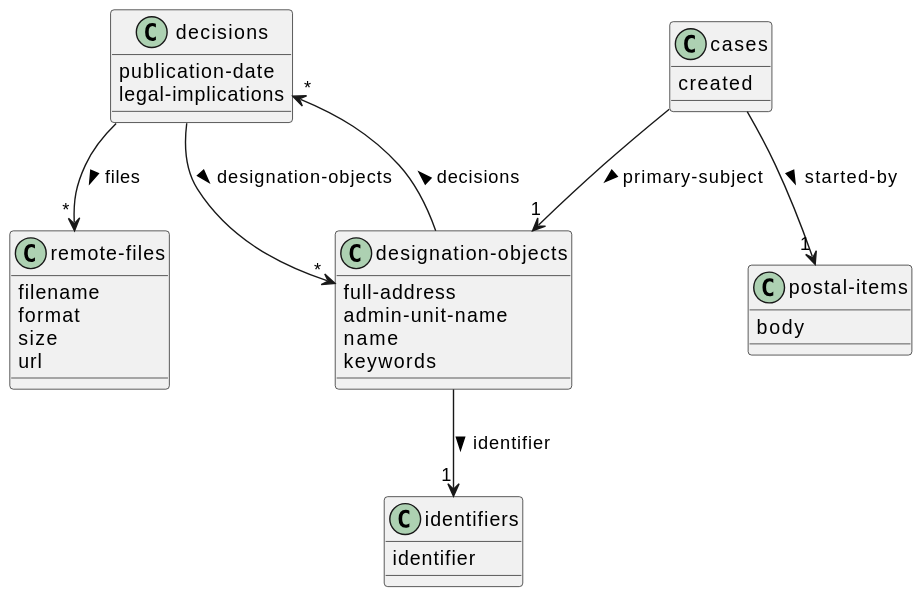
Before: doc/jsonapi-domain.svg, a diagram exported from PlantUML (lblod/app-ai-hackathon-group-3). Source of this version:
```plantuml
@startuml
set namespaceSeparator none
class "remote-files"
"remote-files" : filename
"remote-files" : format
"remote-files" : size
"remote-files" : url
class "identifiers"
"identifiers" : identifier
class "postal-items"
"postal-items" : body
class "decisions"
"decisions" : publication-date
"decisions" : legal-implications
"decisions" --> "*" "designation-objects" : designation-objects >
"decisions" --> "*" "remote-files" : files >
class "cases"
"cases" : created
"cases" --> "1" "postal-items" : started-by >
"cases" --> "1" "designation-objects" : primary-subject >
class "designation-objects"
"designation-objects" : full-address
"designation-objects" : admin-unit-name
"designation-objects" : name
"designation-objects" : keywords
"designation-objects" --> "1" "identifiers" : identifier >
"designation-objects" --> "*" "decisions" : decisions >
@enduml
```
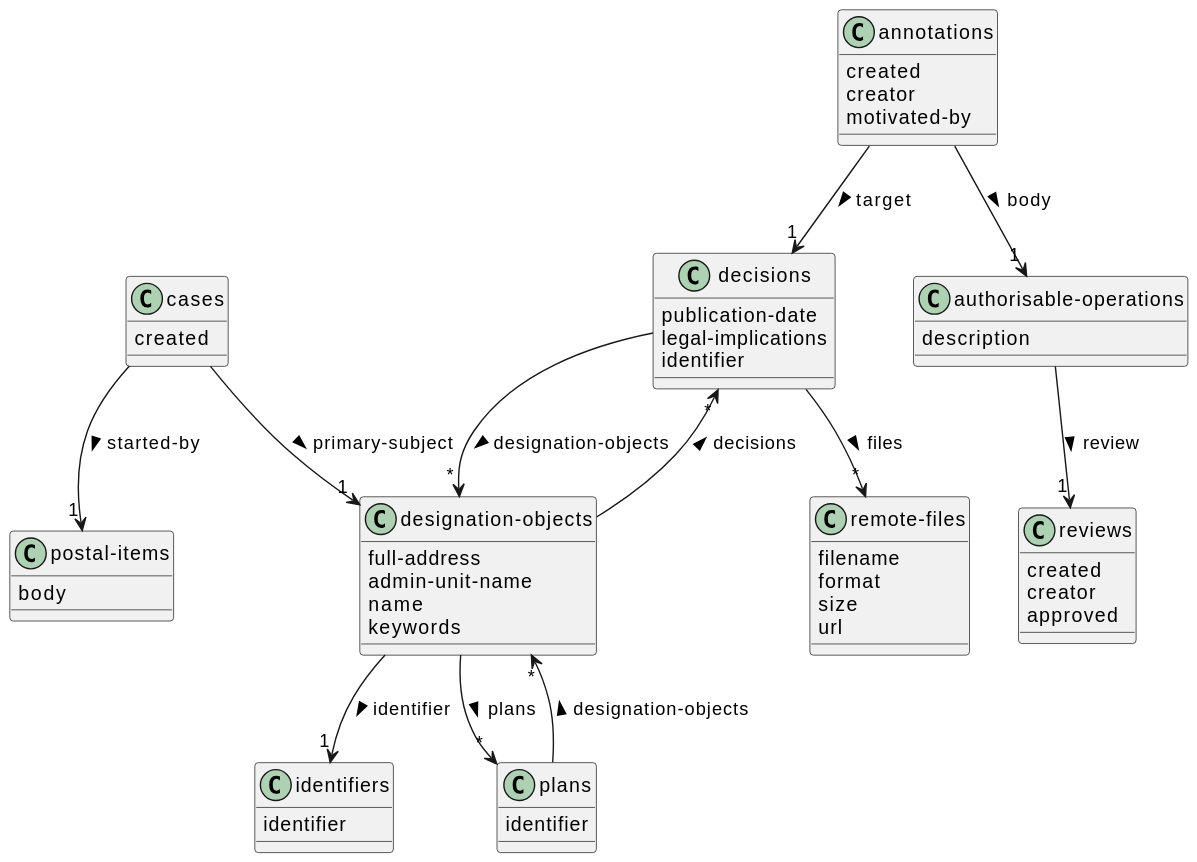
After the commit.

Diff of the diagram source:
```diff
@@ -7,13 +7,30 @@
 "remote-files" : url
 class "identifiers"
 "identifiers" : identifier
+class "annotations"
+"annotations" : created
+"annotations" : creator
+"annotations" : motivated-by
+"annotations" --> "1" "decisions" : target >
+"annotations" --> "1" "authorisable-operations" : body >
+class "reviews"
+"reviews" : created
+"reviews" : creator
+"reviews" : approved
 class "postal-items"
 "postal-items" : body
+class "authorisable-operations"
+"authorisable-operations" : description
+"authorisable-operations" --> "1" "reviews" : review >
 class "decisions"
 "decisions" : publication-date
 "decisions" : legal-implications
+"decisions" : identifier
 "decisions" --> "*" "designation-objects" : designation-objects >
 "decisions" --> "*" "remote-files" : files >
+class "plans"
+"plans" : identifier
+"plans" --> "*" "designation-objects" : designation-objects >
 class "cases"
 "cases" : created
 "cases" --> "1" "postal-items" : started-by >
@@ -25,4 +42,5 @@
 "designation-objects" : keywords
 "designation-objects" --> "1" "identifiers" : identifier >
 "designation-objects" --> "*" "decisions" : decisions >
+"designation-objects" --> "*" "plans" : plans >
 @enduml
```
